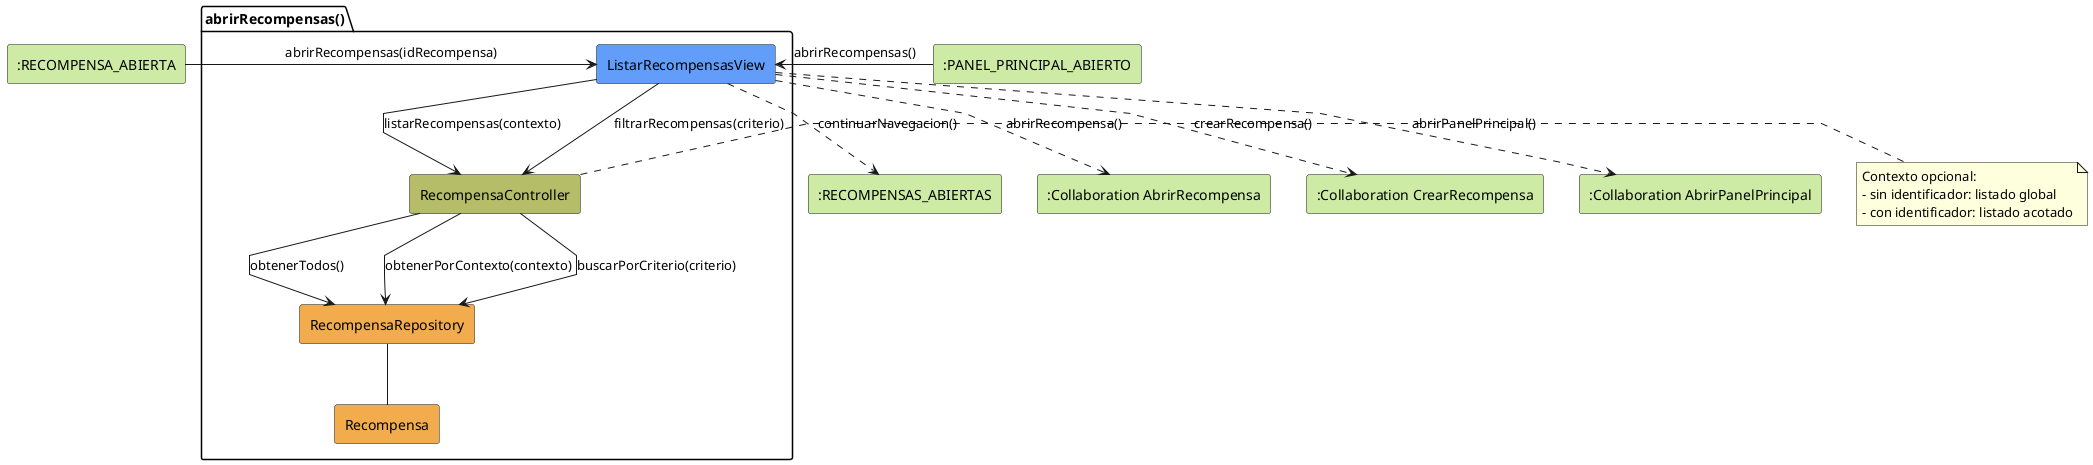
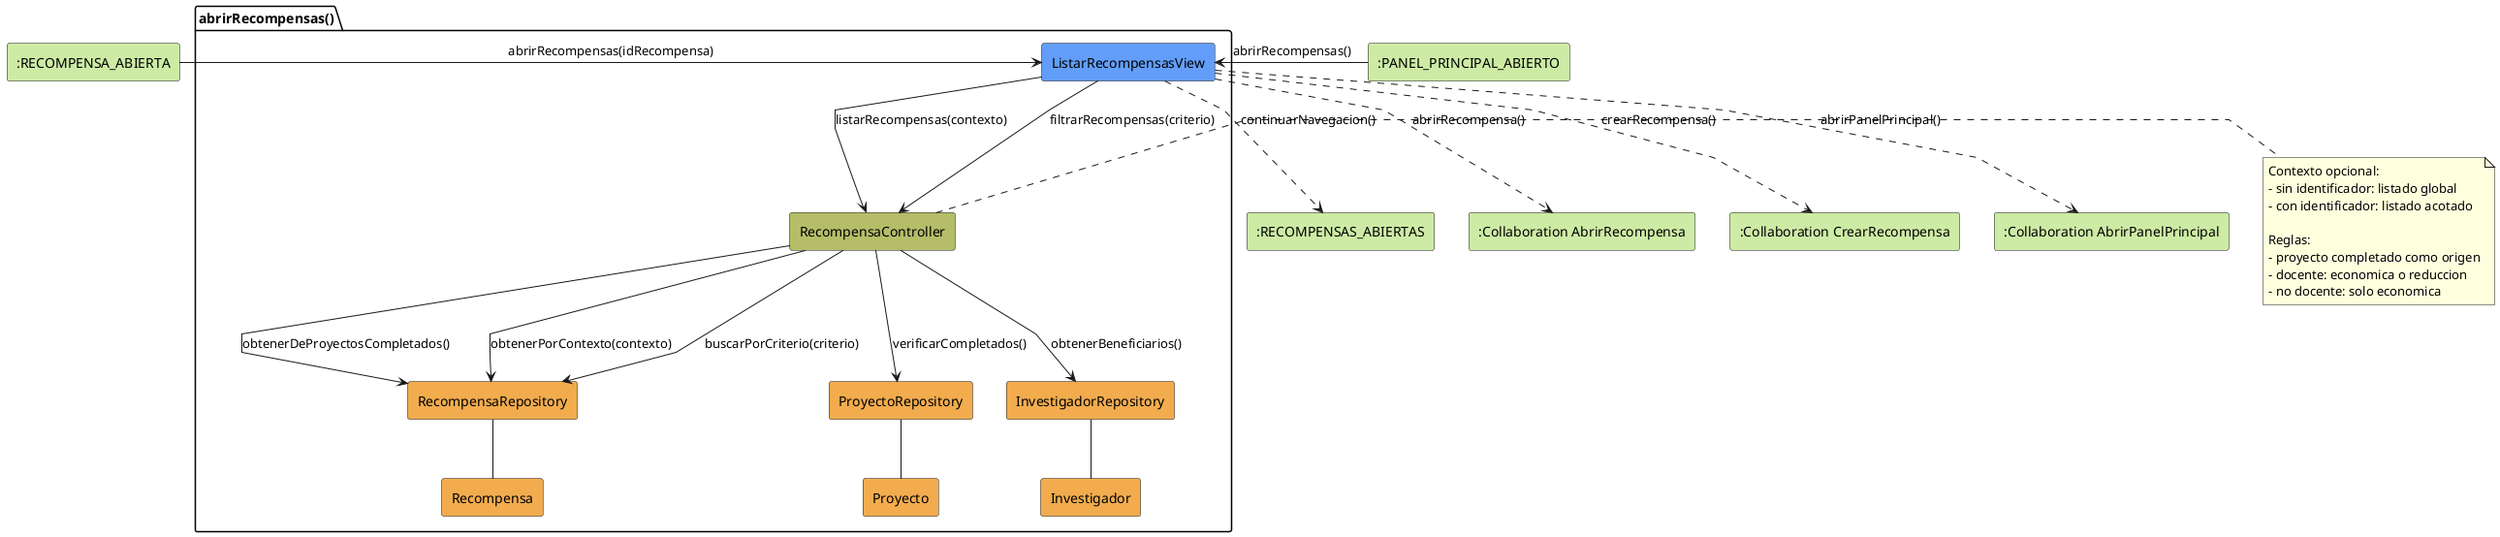
@startuml abrirRecompensas-analisis
skinparam linetype polyline

rectangle #CDEBA5 ":RECOMPENSA_ABIERTA" as EstadoEntrada1
rectangle #CDEBA5 ":PANEL_PRINCIPAL_ABIERTO" as EstadoEntrada2
package abrirRecompensas as "abrirRecompensas()" {
    rectangle #629EF9 ListarRecompensasView
    rectangle #b5bd68 RecompensaController
    rectangle #F2AC4E RecompensaRepository
+     rectangle #F2AC4E ProyectoRepository
+     rectangle #F2AC4E InvestigadorRepository
    rectangle #F2AC4E Recompensa
+     rectangle #F2AC4E Proyecto
+     rectangle #F2AC4E Investigador
}

rectangle #CDEBA5 ":RECOMPENSAS_ABIERTAS" as EstadoSalida
rectangle #CDEBA5 ":Collaboration AbrirRecompensa" as AbrirRecompensa
rectangle #CDEBA5 ":Collaboration CrearRecompensa" as CrearRecompensa
rectangle #CDEBA5 ":Collaboration AbrirPanelPrincipal" as AbrirPanelPrincipal

EstadoEntrada1 -r-> ListarRecompensasView: abrirRecompensas(idRecompensa)
EstadoEntrada2 -r-> ListarRecompensasView: abrirRecompensas()

ListarRecompensasView -d-> RecompensaController: listarRecompensas(contexto)
ListarRecompensasView --> RecompensaController: filtrarRecompensas(criterio)
- RecompensaController --> RecompensaRepository: obtenerTodos()
+ RecompensaController --> RecompensaRepository: obtenerDeProyectosCompletados()
RecompensaController --> RecompensaRepository: obtenerPorContexto(contexto)
RecompensaController --> RecompensaRepository: buscarPorCriterio(criterio)
+ RecompensaController --> ProyectoRepository: verificarCompletados()
+ RecompensaController --> InvestigadorRepository: obtenerBeneficiarios()
RecompensaRepository -- Recompensa
+ ProyectoRepository -- Proyecto
+ InvestigadorRepository -- Investigador
note right of RecompensaController
Contexto opcional:
- sin identificador: listado global
- con identificador: listado acotado
+ 
+ Reglas:
+ - proyecto completado como origen
+ - docente: economica o reduccion
+ - no docente: solo economica
end note
ListarRecompensasView ..> EstadoSalida: continuarNavegacion()
ListarRecompensasView ..> AbrirRecompensa: abrirRecompensa()
ListarRecompensasView ..> CrearRecompensa: crearRecompensa()
ListarRecompensasView ..> AbrirPanelPrincipal: abrirPanelPrincipal()

@enduml
